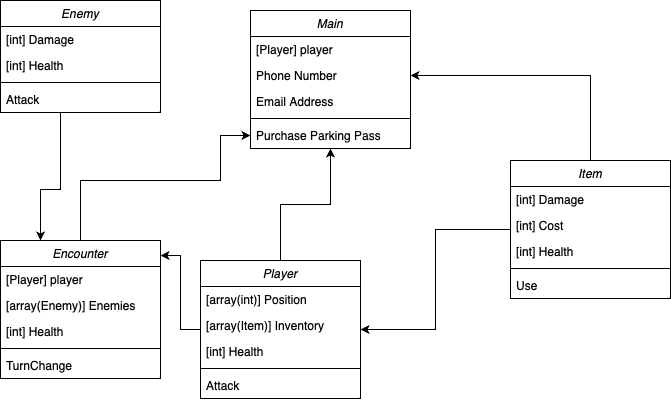
The draw.io diagram images/ClassDiagram.png in OliverGibbons1/APCompPro24Group, before a commit. Source tidied: cells renumbered, new cells last; positions are measured from the earlier drawing's top-left corner, leaving out a move shared by most shapes.
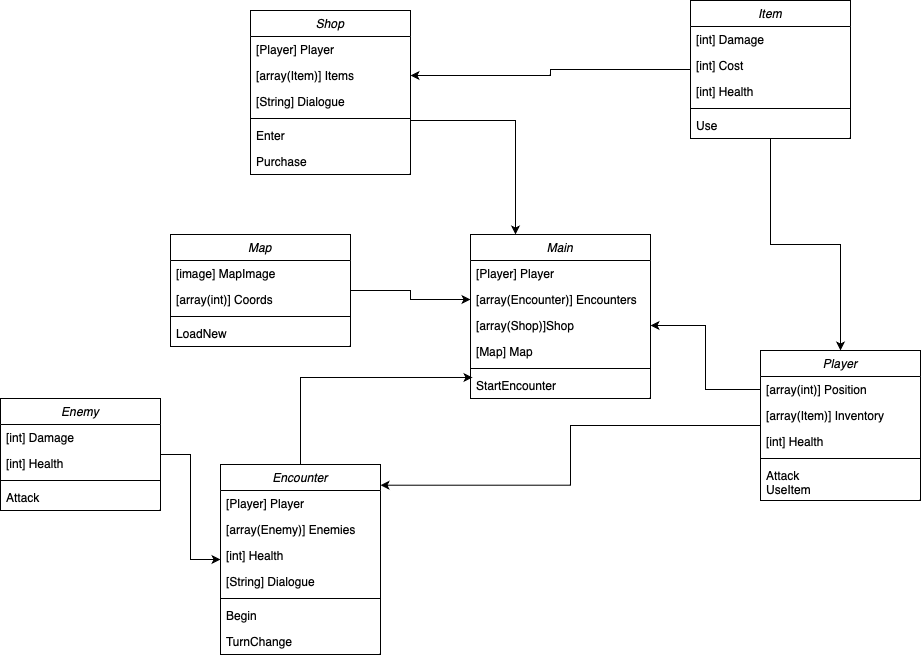
After the commit.

What changed in the source:
```diff
@@ -3,28 +3,28 @@
     <mxCell id="0" />
     <mxCell id="1" parent="0" />
     <mxCell id="2" value="Main" style="swimlane;fontStyle=2;align=center;verticalAlign=top;horizontal=1;startSize=26;rounded=0;shadow=0;strokeWidth=1;" parent="1" vertex="1">
-      <mxGeometry x="250" y="10" width="160" height="138" as="geometry" />
+      <mxGeometry x="250" y="74" width="180" height="164" as="geometry" />
     </mxCell>
-    <mxCell id="3" value="[Player] player" style="text;align=left;verticalAlign=top;spacingLeft=4;spacingRight=4;overflow=hidden;" parent="2" vertex="1">
-      <mxGeometry y="26" width="160" height="26" as="geometry" />
+    <mxCell id="3" value="[Player] Player" style="text;align=left;verticalAlign=top;spacingLeft=4;spacingRight=4;overflow=hidden;" parent="2" vertex="1">
+      <mxGeometry y="26" width="180" height="26" as="geometry" />
     </mxCell>
-    <mxCell id="4" value="Phone Number" style="text;align=left;verticalAlign=top;spacingLeft=4;spacingRight=4;overflow=hidden;points=[[0,0.5],[1,0.5]];portConstraint=eastwest;rounded=0;shadow=0;html=0;" parent="2" vertex="1">
-      <mxGeometry y="52" width="160" height="26" as="geometry" />
+    <mxCell id="4" value="[array(Encounter)] Encounters" style="text;align=left;verticalAlign=top;spacingLeft=4;spacingRight=4;overflow=hidden;points=[[0,0.5],[1,0.5]];portConstraint=eastwest;rounded=0;shadow=0;html=0;" parent="2" vertex="1">
+      <mxGeometry y="52" width="180" height="26" as="geometry" />
     </mxCell>
+    <mxCell id="37" value="[array(Shop)]Shop" style="text;align=left;verticalAlign=top;spacingLeft=4;spacingRight=4;overflow=hidden;points=[[0,0.5],[1,0.5]];portConstraint=eastwest;rounded=0;shadow=0;html=0;" parent="2" vertex="1">
+      <mxGeometry y="78" width="180" height="26" as="geometry" />
+    </mxCell>
-    <mxCell id="5" value="Email Address" style="text;align=left;verticalAlign=top;spacingLeft=4;spacingRight=4;overflow=hidden;rounded=0;shadow=0;html=0;" parent="2" vertex="1">
-      <mxGeometry y="78" width="160" height="26" as="geometry" />
+    <mxCell id="5" value="[Map] Map" style="text;align=left;verticalAlign=top;spacingLeft=4;spacingRight=4;overflow=hidden;rounded=0;shadow=0;html=0;" parent="2" vertex="1">
+      <mxGeometry y="104" width="180" height="26" as="geometry" />
     </mxCell>
     <mxCell id="6" style="line;html=1;strokeWidth=1;align=left;verticalAlign=middle;spacingTop=-1;spacingLeft=3;spacingRight=3;labelPosition=right;" parent="2" vertex="1">
-      <mxGeometry y="104" width="160" height="8" as="geometry" />
+      <mxGeometry y="130" width="180" height="8" as="geometry" />
     </mxCell>
-    <mxCell id="7" value="Purchase Parking Pass" style="text;align=left;verticalAlign=top;spacingLeft=4;spacingRight=4;overflow=hidden;points=[[0,0.5],[1,0.5]];portConstraint=eastwest;" parent="2" vertex="1">
-      <mxGeometry y="112" width="160" height="26" as="geometry" />
+    <mxCell id="7" value="StartEncounter" style="text;align=left;verticalAlign=top;spacingLeft=4;spacingRight=4;overflow=hidden;points=[[0,0.5],[1,0.5]];portConstraint=eastwest;" parent="2" vertex="1">
+      <mxGeometry y="138" width="180" height="26" as="geometry" />
     </mxCell>
-    <mxCell id="8" style="edgeStyle=orthogonalEdgeStyle;rounded=0;jettySize=auto;html=1;" parent="1" edge="1" source="9" target="2">
-      <mxGeometry relative="1" as="geometry" />
-    </mxCell>
     <mxCell id="9" value="Player" style="swimlane;fontStyle=2;align=center;verticalAlign=top;horizontal=1;startSize=26;rounded=0;shadow=0;strokeWidth=1;" parent="1" vertex="1">
-      <mxGeometry x="200" y="260" width="160" height="138" as="geometry" />
+      <mxGeometry x="540" y="190" width="160" height="150" as="geometry" />
     </mxCell>
     <mxCell id="10" value="[array(int)] Position" style="text;align=left;verticalAlign=top;spacingLeft=4;spacingRight=4;overflow=hidden;points=[[0,0.5],[1,0.5]];portConstraint=eastwest;rounded=0;shadow=0;html=0;" parent="9" vertex="1">
       <mxGeometry y="26" width="160" height="26" as="geometry" />
@@ -38,17 +38,17 @@
     <mxCell id="13" style="line;html=1;strokeWidth=1;align=left;verticalAlign=middle;spacingTop=-1;spacingLeft=3;spacingRight=3;labelPosition=right;" parent="9" vertex="1">
       <mxGeometry y="104" width="160" height="8" as="geometry" />
     </mxCell>
-    <mxCell id="14" value="Attack" style="text;align=left;verticalAlign=top;spacingLeft=4;spacingRight=4;overflow=hidden;" parent="9" vertex="1">
-      <mxGeometry y="112" width="160" height="26" as="geometry" />
+    <mxCell id="14" value="Attack&#10;UseItem" style="text;align=left;verticalAlign=top;spacingLeft=4;spacingRight=4;overflow=hidden;" parent="9" vertex="1">
+      <mxGeometry y="112" width="160" height="38" as="geometry" />
     </mxCell>
+    <mxCell id="38" style="edgeStyle=orthogonalEdgeStyle;rounded=0;jettySize=auto;html=1;entryX=1;entryY=0.5;entryDx=0;entryDy=0;" parent="1" edge="1" source="17" target="50">
+      <mxGeometry relative="1" as="geometry" />
+    </mxCell>
     <mxCell id="15" style="edgeStyle=orthogonalEdgeStyle;rounded=0;jettySize=auto;html=1;" parent="1" edge="1" source="17" target="9">
       <mxGeometry relative="1" as="geometry" />
     </mxCell>
-    <mxCell id="16" style="edgeStyle=orthogonalEdgeStyle;rounded=0;jettySize=auto;html=1;exitX=0.5;exitY=0;exitDx=0;exitDy=0;entryX=1;entryY=0.5;entryDx=0;entryDy=0;" parent="1" edge="1" source="17" target="4">
-      <mxGeometry relative="1" as="geometry" />
-    </mxCell>
     <mxCell id="17" value="Item" style="swimlane;fontStyle=2;align=center;verticalAlign=top;horizontal=1;startSize=26;rounded=0;shadow=0;strokeWidth=1;" parent="1" vertex="1">
-      <mxGeometry x="510" y="160" width="160" height="138" as="geometry" />
+      <mxGeometry x="470" y="-160" width="160" height="138" as="geometry" />
     </mxCell>
     <mxCell id="18" value="[int] Damage" style="text;align=left;verticalAlign=top;spacingLeft=4;spacingRight=4;overflow=hidden;rounded=0;shadow=0;html=0;" parent="17" vertex="1">
       <mxGeometry y="26" width="160" height="26" as="geometry" />
@@ -65,16 +65,11 @@
     <mxCell id="22" value="Use" style="text;align=left;verticalAlign=top;spacingLeft=4;spacingRight=4;overflow=hidden;" parent="17" vertex="1">
       <mxGeometry y="112" width="160" height="26" as="geometry" />
     </mxCell>
-    <mxCell id="23" style="edgeStyle=orthogonalEdgeStyle;rounded=0;jettySize=auto;html=1;entryX=0.25;entryY=0;entryDx=0;entryDy=0;" parent="1" edge="1" source="24" target="30">
-      <mxGeometry relative="1" as="geometry">
-        <Array as="points">
-          <mxPoint x="60" y="189" />
-          <mxPoint x="40" y="189" />
-        </Array>
-      </mxGeometry>
+    <mxCell id="23" style="edgeStyle=orthogonalEdgeStyle;rounded=0;jettySize=auto;html=1;" parent="1" edge="1" source="24" target="30">
+      <mxGeometry relative="1" as="geometry" />
     </mxCell>
     <mxCell id="24" value="Enemy" style="swimlane;fontStyle=2;align=center;verticalAlign=top;horizontal=1;startSize=26;rounded=0;shadow=0;strokeWidth=1;" parent="1" vertex="1">
-      <mxGeometry width="160" height="112" as="geometry" />
+      <mxGeometry x="-220" y="238" width="160" height="112" as="geometry" />
     </mxCell>
     <mxCell id="25" value="[int] Damage" style="text;align=left;verticalAlign=top;spacingLeft=4;spacingRight=4;overflow=hidden;rounded=0;shadow=0;html=0;" parent="24" vertex="1">
       <mxGeometry y="26" width="160" height="26" as="geometry" />
@@ -88,19 +83,10 @@
     <mxCell id="28" value="Attack" style="text;align=left;verticalAlign=top;spacingLeft=4;spacingRight=4;overflow=hidden;" parent="24" vertex="1">
       <mxGeometry y="86" width="160" height="26" as="geometry" />
     </mxCell>
-    <mxCell id="29" style="edgeStyle=orthogonalEdgeStyle;rounded=0;jettySize=auto;html=1;exitX=0.5;exitY=0;exitDx=0;exitDy=0;entryX=0;entryY=0.5;entryDx=0;entryDy=0;" parent="1" edge="1" source="30" target="7">
-      <mxGeometry relative="1" as="geometry">
-        <Array as="points">
-          <mxPoint x="80" y="180" />
-          <mxPoint x="220" y="180" />
-          <mxPoint x="220" y="135" />
-        </Array>
-      </mxGeometry>
-    </mxCell>
     <mxCell id="30" value="Encounter" style="swimlane;fontStyle=2;align=center;verticalAlign=top;horizontal=1;startSize=26;rounded=0;shadow=0;strokeWidth=1;" parent="1" vertex="1">
-      <mxGeometry y="240" width="160" height="138" as="geometry" />
+      <mxGeometry y="304" width="160" height="190" as="geometry" />
     </mxCell>
-    <mxCell id="31" value="[Player] player" style="text;align=left;verticalAlign=top;spacingLeft=4;spacingRight=4;overflow=hidden;rounded=0;shadow=0;html=0;" parent="30" vertex="1">
+    <mxCell id="31" value="[Player] Player" style="text;align=left;verticalAlign=top;spacingLeft=4;spacingRight=4;overflow=hidden;rounded=0;shadow=0;html=0;" parent="30" vertex="1">
       <mxGeometry y="26" width="160" height="26" as="geometry" />
     </mxCell>
     <mxCell id="32" value="[array(Enemy)] Enemies" style="text;align=left;verticalAlign=top;spacingLeft=4;spacingRight=4;overflow=hidden;rounded=0;shadow=0;html=0;" parent="30" vertex="1">
@@ -109,14 +95,72 @@
     <mxCell id="33" value="[int] Health" style="text;align=left;verticalAlign=top;spacingLeft=4;spacingRight=4;overflow=hidden;rounded=0;shadow=0;html=0;" parent="30" vertex="1">
       <mxGeometry y="78" width="160" height="26" as="geometry" />
     </mxCell>
+    <mxCell id="39" value="[String] Dialogue" style="text;align=left;verticalAlign=top;spacingLeft=4;spacingRight=4;overflow=hidden;rounded=0;shadow=0;html=0;" parent="30" vertex="1">
+      <mxGeometry y="104" width="160" height="26" as="geometry" />
+    </mxCell>
     <mxCell id="34" style="line;html=1;strokeWidth=1;align=left;verticalAlign=middle;spacingTop=-1;spacingLeft=3;spacingRight=3;labelPosition=right;" parent="30" vertex="1">
-      <mxGeometry y="104" width="160" height="8" as="geometry" />
+      <mxGeometry y="130" width="160" height="8" as="geometry" />
     </mxCell>
+    <mxCell id="40" value="Begin" style="text;align=left;verticalAlign=top;spacingLeft=4;spacingRight=4;overflow=hidden;" parent="30" vertex="1">
+      <mxGeometry y="138" width="160" height="26" as="geometry" />
+    </mxCell>
     <mxCell id="35" value="TurnChange" style="text;align=left;verticalAlign=top;spacingLeft=4;spacingRight=4;overflow=hidden;" parent="30" vertex="1">
-      <mxGeometry y="112" width="160" height="26" as="geometry" />
+      <mxGeometry y="164" width="160" height="26" as="geometry" />
     </mxCell>
     <mxCell id="36" style="edgeStyle=orthogonalEdgeStyle;rounded=0;jettySize=auto;html=1;entryX=1;entryY=0.109;entryDx=0;entryDy=0;entryPerimeter=0;" parent="1" edge="1" source="9" target="30">
       <mxGeometry relative="1" as="geometry" />
     </mxCell>
+    <mxCell id="41" style="edgeStyle=orthogonalEdgeStyle;rounded=0;jettySize=auto;html=1;entryX=0;entryY=0.5;entryDx=0;entryDy=0;" parent="1" edge="1" source="42" target="4">
+      <mxGeometry relative="1" as="geometry" />
+    </mxCell>
+    <mxCell id="42" value="Map" style="swimlane;fontStyle=2;align=center;verticalAlign=top;horizontal=1;startSize=26;rounded=0;shadow=0;strokeWidth=1;" parent="1" vertex="1">
+      <mxGeometry x="-50" y="74" width="180" height="112" as="geometry" />
+    </mxCell>
+    <mxCell id="43" value="[image] MapImage" style="text;align=left;verticalAlign=top;spacingLeft=4;spacingRight=4;overflow=hidden;" parent="42" vertex="1">
+      <mxGeometry y="26" width="180" height="26" as="geometry" />
+    </mxCell>
+    <mxCell id="44" value="[array(int)] Coords" style="text;align=left;verticalAlign=top;spacingLeft=4;spacingRight=4;overflow=hidden;rounded=0;shadow=0;html=0;" parent="42" vertex="1">
+      <mxGeometry y="52" width="180" height="26" as="geometry" />
+    </mxCell>
+    <mxCell id="45" style="line;html=1;strokeWidth=1;align=left;verticalAlign=middle;spacingTop=-1;spacingLeft=3;spacingRight=3;labelPosition=right;" parent="42" vertex="1">
+      <mxGeometry y="78" width="180" height="8" as="geometry" />
+    </mxCell>
+    <mxCell id="46" value="LoadNew" style="text;align=left;verticalAlign=top;spacingLeft=4;spacingRight=4;overflow=hidden;" parent="42" vertex="1">
+      <mxGeometry y="86" width="180" height="26" as="geometry" />
+    </mxCell>
+    <mxCell id="47" style="edgeStyle=orthogonalEdgeStyle;rounded=0;jettySize=auto;html=1;entryX=0.25;entryY=0;entryDx=0;entryDy=0;" parent="1" edge="1" source="48" target="2">
+      <mxGeometry relative="1" as="geometry">
+        <Array as="points">
+          <mxPoint x="295" y="-40" />
+        </Array>
+      </mxGeometry>
+    </mxCell>
+    <mxCell id="48" value="Shop" style="swimlane;fontStyle=2;align=center;verticalAlign=top;horizontal=1;startSize=26;rounded=0;shadow=0;strokeWidth=1;" parent="1" vertex="1">
+      <mxGeometry x="30" y="-150" width="160" height="164" as="geometry" />
+    </mxCell>
+    <mxCell id="49" value="[Player] Player" style="text;align=left;verticalAlign=top;spacingLeft=4;spacingRight=4;overflow=hidden;rounded=0;shadow=0;html=0;" parent="48" vertex="1">
+      <mxGeometry y="26" width="160" height="26" as="geometry" />
+    </mxCell>
+    <mxCell id="50" value="[array(Item)] Items" style="text;align=left;verticalAlign=top;spacingLeft=4;spacingRight=4;overflow=hidden;points=[[0,0.5],[1,0.5]];portConstraint=eastwest;rounded=0;shadow=0;html=0;" parent="48" vertex="1">
+      <mxGeometry y="52" width="160" height="26" as="geometry" />
+    </mxCell>
+    <mxCell id="51" value="[String] Dialogue" style="text;align=left;verticalAlign=top;spacingLeft=4;spacingRight=4;overflow=hidden;rounded=0;shadow=0;html=0;" parent="48" vertex="1">
+      <mxGeometry y="78" width="160" height="26" as="geometry" />
+    </mxCell>
+    <mxCell id="52" style="line;html=1;strokeWidth=1;align=left;verticalAlign=middle;spacingTop=-1;spacingLeft=3;spacingRight=3;labelPosition=right;" parent="48" vertex="1">
+      <mxGeometry y="104" width="160" height="8" as="geometry" />
+    </mxCell>
+    <mxCell id="53" value="Enter" style="text;align=left;verticalAlign=top;spacingLeft=4;spacingRight=4;overflow=hidden;" parent="48" vertex="1">
+      <mxGeometry y="112" width="160" height="26" as="geometry" />
+    </mxCell>
+    <mxCell id="54" value="Purchase" style="text;align=left;verticalAlign=top;spacingLeft=4;spacingRight=4;overflow=hidden;" parent="48" vertex="1">
+      <mxGeometry y="138" width="160" height="26" as="geometry" />
+    </mxCell>
+    <mxCell id="29" style="edgeStyle=orthogonalEdgeStyle;rounded=0;jettySize=auto;html=1;entryX=0.011;entryY=0.192;entryDx=0;entryDy=0;entryPerimeter=0;" parent="1" edge="1" source="30" target="7">
+      <mxGeometry relative="1" as="geometry" />
+    </mxCell>
+    <mxCell id="55" style="edgeStyle=orthogonalEdgeStyle;rounded=0;jettySize=auto;html=1;exitX=0;exitY=0.5;exitDx=0;exitDy=0;entryX=1;entryY=0.5;entryDx=0;entryDy=0;" parent="1" edge="1" source="10" target="37">
+      <mxGeometry relative="1" as="geometry" />
+    </mxCell>
   </root>
 </mxGraphModel>
```
